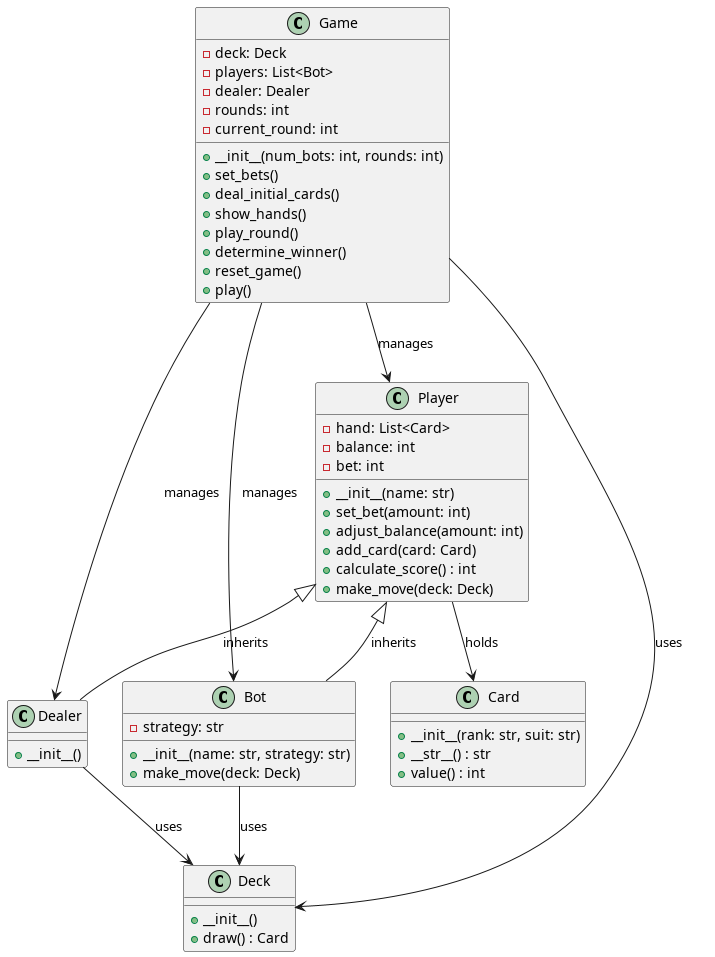
grishinak/spbu-python-course keeps this PlantUML diagram as project/blackjack_game/UML/uml.png. Above is the earlier version. Source of this version:
```plantuml
@startuml

class Card {
    +__init__(rank: str, suit: str)
    +__str__() : str
    +value() : int
}

class Deck {
    +__init__()
    +draw() : Card
}

class Player {
    +__init__(name: str)
    +set_bet(amount: int)
    +adjust_balance(amount: int)
    +add_card(card: Card)
    +calculate_score() : int
    +make_move(deck: Deck)
    -hand: List<Card>
    -balance: int
    -bet: int
}

class Dealer {
    +__init__()
}

class Bot {
    +__init__(name: str, strategy: str)
    +make_move(deck: Deck)
    -strategy: str
}

class Game {
    +__init__(num_bots: int, rounds: int)
    +set_bets()
    +deal_initial_cards()
    +show_hands()
    +play_round()
    +determine_winner()
    +reset_game()
    +play()
    -deck: Deck
    -players: List<Bot>
    -dealer: Dealer
    -rounds: int
    -current_round: int
}

Player <|-- Dealer : inherits
Player <|-- Bot : inherits

Game --> Deck : uses
Game --> Player : manages
Game --> Dealer : manages
Game --> Bot : manages
Bot --> Deck : uses
Dealer --> Deck : uses
Player --> Card : holds

@enduml
```
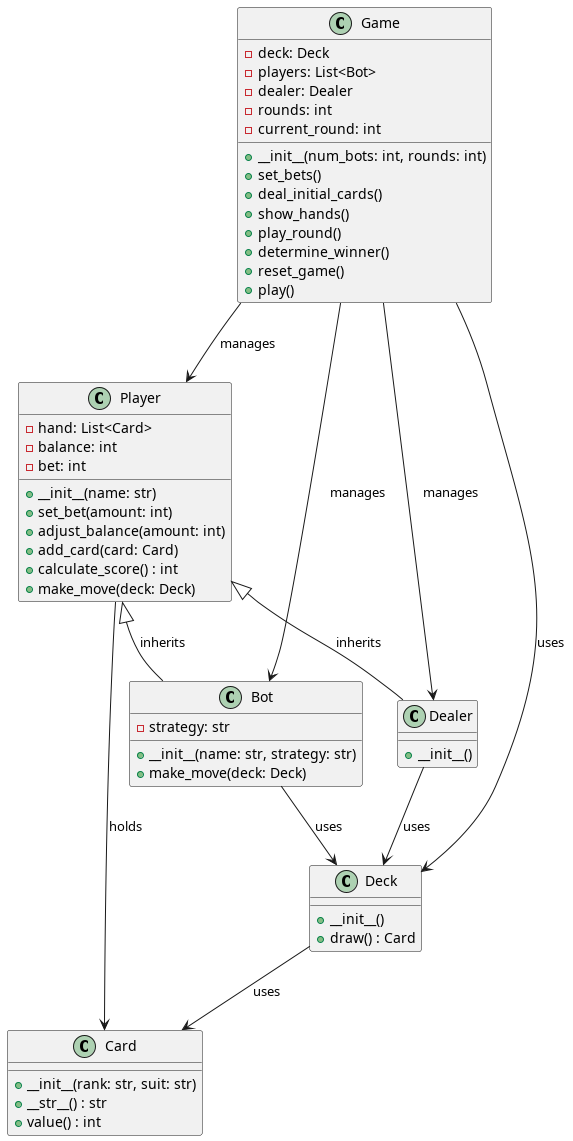
After the change.

Change to the diagram source:
```diff
@@ -59,5 +59,6 @@
 Bot --> Deck : uses
 Dealer --> Deck : uses
 Player --> Card : holds
+Deck --> Card : uses
 
 @enduml
```
